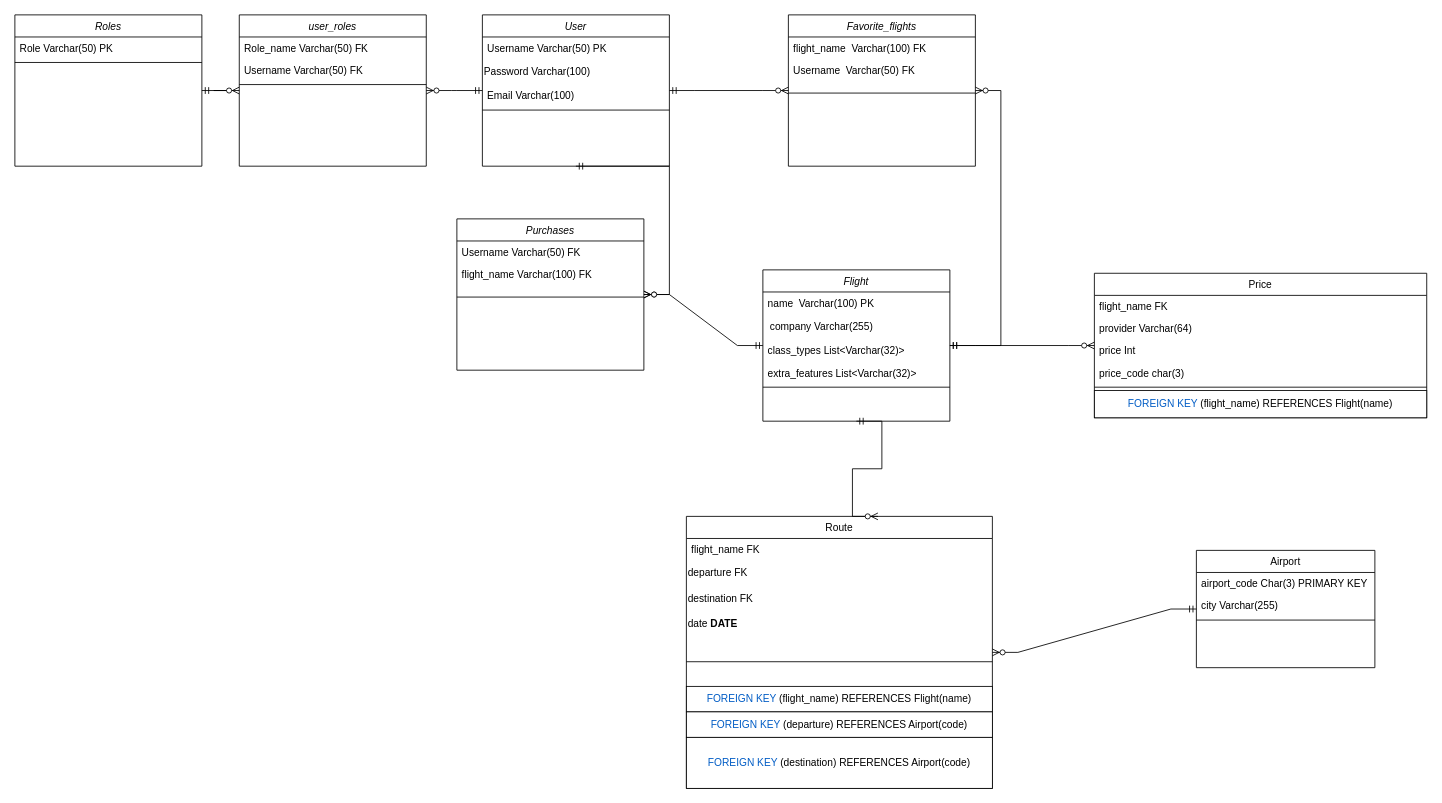
Before: frontend-Idata2301/database_flights.drawio in Osterie/IDATA2301_IDATA2306_GROUP_7, a draw.io diagram. Source tidied: cells renumbered, new cells numbered last; positions are measured from the earlier drawing's top-left corner, leaving out a move shared by most shapes. Both pictures are drawn from the tidied source at 85%, with x=0, y=0 at pixel (14, 14).
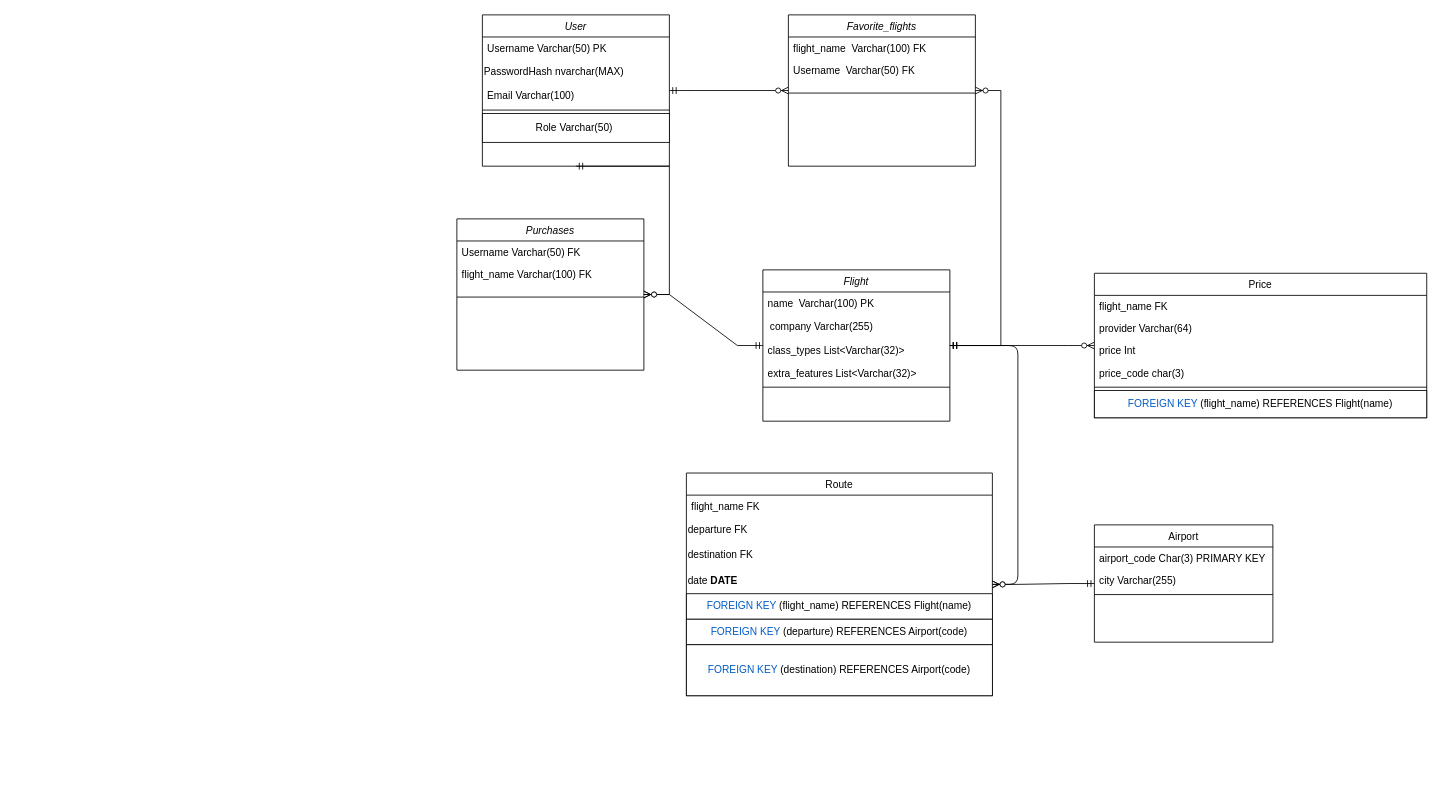
Above is the later version.

Commit message (it also covers changes not shown here):
Modified application properties to use database information specified in .env file

Unchanged cells that the change refers to:
```xml
<mxCell id="2" value="Flight" style="swimlane;fontStyle=2;align=center;verticalAlign=top;horizontal=1;startSize=26;rounded=0;shadow=0;strokeWidth=1;" parent="1" vertex="1">
  <mxGeometry x="880" y="300" width="220" height="178" as="geometry" />
</mxCell>
<mxCell id="34" value="User" style="swimlane;fontStyle=2;align=center;verticalAlign=top;horizontal=1;startSize=26;rounded=0;shadow=0;strokeWidth=1;" parent="1" vertex="1">
  <mxGeometry x="550" width="220" height="178" as="geometry" />
</mxCell>
```

Diff of the diagram source:
```diff
@@
     <mxCell id="8" value="Airport" style="swimlane;fontStyle=0;align=center;verticalAlign=top;horizontal=1;startSize=26;rounded=0;shadow=0;strokeWidth=1;" parent="1" vertex="1">
-      <mxGeometry x="1390" y="630" width="210" height="138" as="geometry" />
+      <mxGeometry x="1270" y="600" width="210" height="138" as="geometry" />
     </mxCell>
@@
     <mxCell id="12" value="Route" style="swimlane;fontStyle=0;align=center;verticalAlign=top;horizontal=1;startSize=26;rounded=0;shadow=0;strokeWidth=1;" parent="1" vertex="1">
-      <mxGeometry x="790" y="590" width="360" height="320" as="geometry" />
+      <mxGeometry x="790" y="539" width="360" height="262" as="geometry" />
     </mxCell>
@@
-    <mxCell id="17" style="line;html=1;strokeWidth=1;align=left;verticalAlign=middle;spacingTop=-1;spacingLeft=3;spacingRight=3;labelPosition=right;" parent="12" vertex="1">
-      <mxGeometry y="142" width="360" height="58" as="geometry" />
-    </mxCell>
     <mxCell id="18" value="&lt;div&gt;&lt;span style=&quot;color: black; --darkreader-inline-color: var(--darkreader-text-000000, #e8e6e3);&quot; class=&quot;sqlcolor&quot;&gt;&lt;span style=&quot;color: rgb(0, 92, 197); --darkreader-inline-color: var(--darkreader-text-005cc5, #56b1ff);&quot; class=&quot;sqlkeywordcolor&quot;&gt;FOREIGN&lt;/span&gt; &lt;span style=&quot;color: rgb(0, 92, 197); --darkreader-inline-color: var(--darkreader-text-005cc5, #56b1ff);&quot; class=&quot;sqlkeywordcolor&quot;&gt;KEY&lt;/span&gt; (flight_name) REFERENCES Flight(name)&lt;/span&gt;&lt;/div&gt;" style="whiteSpace=wrap;html=1;" parent="12" vertex="1">
-      <mxGeometry y="200" width="360" height="30" as="geometry" />
+      <mxGeometry y="142" width="360" height="30" as="geometry" />
     </mxCell>
     <mxCell id="19" value="&lt;span style=&quot;color: black; --darkreader-inline-color: var(--darkreader-text-000000, #e8e6e3);&quot; class=&quot;sqlcolor&quot;&gt;&lt;span style=&quot;color: rgb(0, 92, 197); --darkreader-inline-color: var(--darkreader-text-005cc5, #56b1ff);&quot; class=&quot;sqlkeywordcolor&quot;&gt;FOREIGN&lt;/span&gt; &lt;span style=&quot;color: rgb(0, 92, 197); --darkreader-inline-color: var(--darkreader-text-005cc5, #56b1ff);&quot; class=&quot;sqlkeywordcolor&quot;&gt;KEY&lt;/span&gt; (departure) REFERENCES Airport(code)&lt;/span&gt;" style="whiteSpace=wrap;html=1;" parent="12" vertex="1">
-      <mxGeometry y="230" width="360" height="30" as="geometry" />
+      <mxGeometry y="172" width="360" height="30" as="geometry" />
     </mxCell>
     <mxCell id="20" value="&lt;span style=&quot;color: black; --darkreader-inline-color: var(--darkreader-text-000000, #e8e6e3);&quot; class=&quot;sqlcolor&quot;&gt;&lt;span style=&quot;color: rgb(0, 92, 197); --darkreader-inline-color: var(--darkreader-text-005cc5, #56b1ff);&quot; class=&quot;sqlkeywordcolor&quot;&gt;FOREIGN&lt;/span&gt; &lt;span style=&quot;color: rgb(0, 92, 197); --darkreader-inline-color: var(--darkreader-text-005cc5, #56b1ff);&quot; class=&quot;sqlkeywordcolor&quot;&gt;KEY&lt;/span&gt; (destination) REFERENCES Airport(code)&lt;/span&gt;" style="whiteSpace=wrap;html=1;" parent="12" vertex="1">
-      <mxGeometry y="260" width="360" height="60" as="geometry" />
+      <mxGeometry y="202" width="360" height="60" as="geometry" />
     </mxCell>
@@
-    <mxCell id="30" style="edgeStyle=entityRelationEdgeStyle;fontSize=12;html=1;endArrow=ERzeroToMany;startArrow=ERmandOne;rounded=0;entryX=0.626;entryY=0;entryDx=0;entryDy=0;entryPerimeter=0;exitX=0.5;exitY=1;exitDx=0;exitDy=0;" parent="1" edge="1" source="2" target="12">
+    <mxCell id="30" style="edgeStyle=entityRelationEdgeStyle;fontSize=12;html=1;endArrow=ERzeroToMany;startArrow=ERmandOne;rounded=1;exitDx=0;exitDy=0;curved=0;" parent="1" edge="1" source="2" target="12">
       <mxGeometry relative="1" as="geometry" />
     </mxCell>
-    <mxCell id="31" value="Roles" style="swimlane;fontStyle=2;align=center;verticalAlign=top;horizontal=1;startSize=26;rounded=0;shadow=0;strokeWidth=1;" parent="1" vertex="1">
-      <mxGeometry width="220" height="178" as="geometry" />
-    </mxCell>
-    <mxCell id="32" value="Role Varchar(50) PK" style="text;align=left;verticalAlign=top;spacingLeft=4;spacingRight=4;overflow=hidden;" parent="31" vertex="1">
-      <mxGeometry y="26" width="220" height="26" as="geometry" />
-    </mxCell>
-    <mxCell id="33" style="line;html=1;strokeWidth=1;align=left;verticalAlign=middle;spacingTop=-1;spacingLeft=3;spacingRight=3;labelPosition=right;" parent="31" vertex="1">
-      <mxGeometry y="52" width="220" height="8" as="geometry" />
-    </mxCell>
@@
-    <mxCell id="36" value="Password Varchar(100)" style="text;html=1;align=left;verticalAlign=middle;strokeColor=none;fillColor=none;" parent="34" vertex="1">
+    <mxCell id="36" value="PasswordHash nvarchar(MAX)" style="text;html=1;align=left;verticalAlign=middle;strokeColor=none;fillColor=none;" parent="34" vertex="1">
       <mxGeometry y="52" width="220" height="30" as="geometry" />
     </mxCell>
@@
+    <mxCell id="57" value="&lt;span style=&quot;text-align: left; text-wrap-mode: nowrap;&quot;&gt;Role Varchar(50)&amp;nbsp;&lt;/span&gt;" style="whiteSpace=wrap;html=1;" parent="34" vertex="1">
+      <mxGeometry y="116" width="220" height="34" as="geometry" />
+    </mxCell>
@@
-    <mxCell id="43" value="user_roles" style="swimlane;fontStyle=2;align=center;verticalAlign=top;horizontal=1;startSize=26;rounded=0;shadow=0;strokeWidth=1;" parent="1" vertex="1">
-      <mxGeometry x="264" width="220" height="178" as="geometry" />
-    </mxCell>
-    <mxCell id="44" value="Role_name Varchar(50) FK" style="text;align=left;verticalAlign=top;spacingLeft=4;spacingRight=4;overflow=hidden;" parent="43" vertex="1">
-      <mxGeometry y="26" width="220" height="26" as="geometry" />
-    </mxCell>
-    <mxCell id="45" value="Username Varchar(50) FK" style="text;align=left;verticalAlign=top;spacingLeft=4;spacingRight=4;overflow=hidden;" parent="43" vertex="1">
-      <mxGeometry y="52" width="220" height="26" as="geometry" />
-    </mxCell>
-    <mxCell id="46" style="line;html=1;strokeWidth=1;align=left;verticalAlign=middle;spacingTop=-1;spacingLeft=3;spacingRight=3;labelPosition=right;" parent="43" vertex="1">
-      <mxGeometry y="78" width="220" height="8" as="geometry" />
-    </mxCell>
@@
-    <mxCell id="51" style="edgeStyle=entityRelationEdgeStyle;fontSize=12;html=1;endArrow=ERzeroToMany;startArrow=ERmandOne;rounded=0;" parent="1" edge="1" source="31" target="43">
-      <mxGeometry relative="1" as="geometry" />
-    </mxCell>
-    <mxCell id="52" style="edgeStyle=entityRelationEdgeStyle;fontSize=12;html=1;endArrow=ERzeroToMany;startArrow=ERmandOne;rounded=0;" parent="1" edge="1" source="34" target="43">
-      <mxGeometry relative="1" as="geometry" />
-    </mxCell>
```
